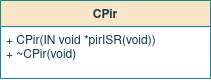
This is report/images/09sw_specification/LS/cpir/class.png from ESRGgroup9/slipad, a draw.io export, as it was before one commit. Source tidied: cells renumbered, new cells last; positions are measured from the earlier drawing's top-left corner, leaving out a move shared by most shapes.
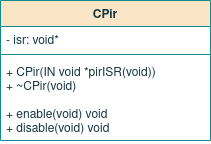
After the change.

Change to the diagram source:
```diff
@@ -3,10 +3,16 @@
     <mxCell id="0" />
     <mxCell id="1" parent="0" />
     <mxCell id="2" value="CPir" style="swimlane;fontStyle=1;align=center;verticalAlign=top;horizontal=1;startSize=26;fillColor=#FAE5C7;strokeColor=#0F8B8D;fontColor=#143642;" parent="1" vertex="1">
-      <mxGeometry width="210" height="78" as="geometry" />
+      <mxGeometry width="210" height="140" as="geometry" />
     </mxCell>
-    <mxCell id="3" value="+ CPir(IN void *pirISR(void))&#10;+ ~CPir(void)&#10;&#10;&#10; " style="text;strokeColor=none;fillColor=none;align=left;verticalAlign=top;spacingLeft=4;spacingRight=4;overflow=hidden;fontColor=#143642;" parent="2" vertex="1">
-      <mxGeometry y="26" width="210" height="52" as="geometry" />
-    </mxCell>
+    <mxCell id="4" value="- isr: void*&#10;&#10;&#10;" style="text;strokeColor=none;fillColor=none;align=left;verticalAlign=top;spacingLeft=4;spacingRight=4;overflow=hidden;fontColor=#143642;fontStyle=0;" parent="2" vertex="1">
+      <mxGeometry y="26" width="210" height="24" as="geometry" />
+    </mxCell>
+    <mxCell id="5" style="line;strokeWidth=1;fillColor=none;align=left;verticalAlign=middle;spacingTop=-1;spacingLeft=3;spacingRight=3;labelPosition=right;labelBackgroundColor=#DAD2D8;strokeColor=#0F8B8D;fontColor=#143642;" parent="2" vertex="1">
+      <mxGeometry y="50" width="210" height="8" as="geometry" />
+    </mxCell>
+    <mxCell id="6" value="+ CPir(IN void *pirISR(void))&#10;+ ~CPir(void)&#10;&#10;+ enable(void) void&#10;+ disable(void) void&#10;&#10; " style="text;strokeColor=none;fillColor=none;align=left;verticalAlign=top;spacingLeft=4;spacingRight=4;overflow=hidden;fontColor=#143642;spacing=2;fontStyle=0;" parent="2" vertex="1">
+      <mxGeometry y="58" width="210" height="82" as="geometry" />
+    </mxCell>
   </root>
 </mxGraphModel>
```
